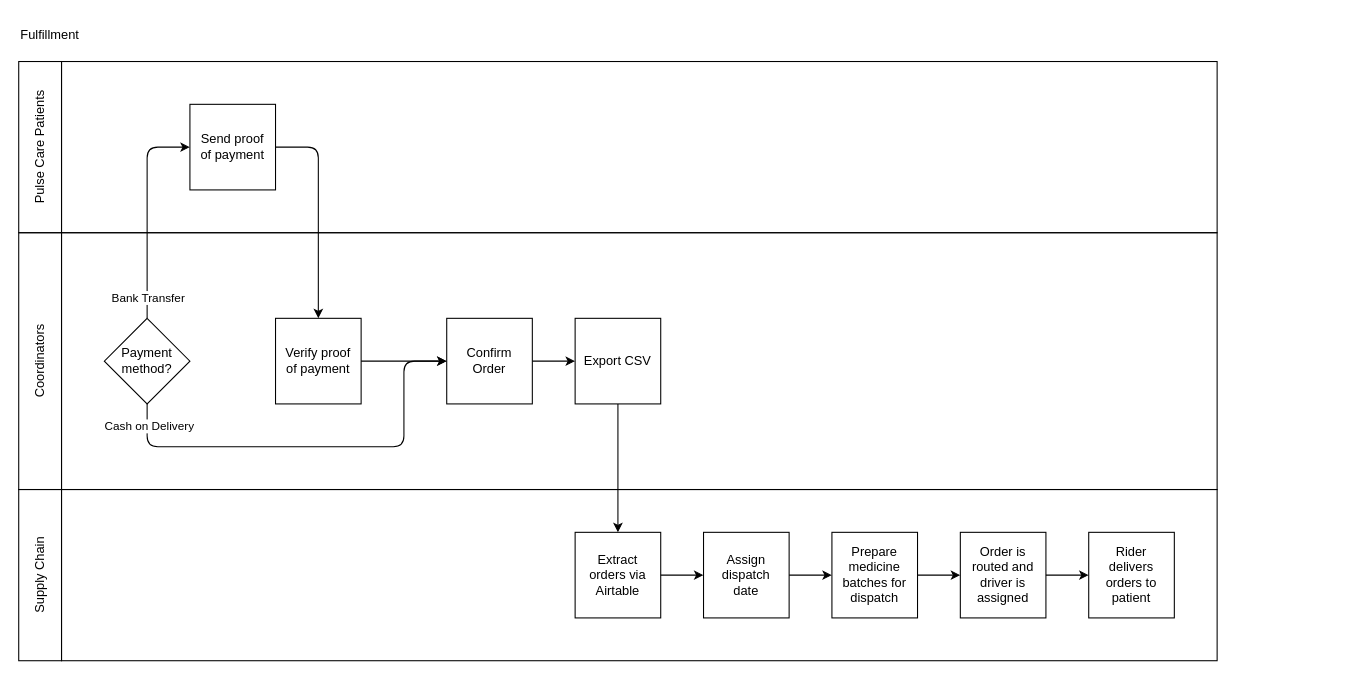
MedGrocer/diagrams keeps this draw.io diagram as page "Data Flow Diagram" (2 of 2) of Patient Programs/NS Pulse Care/Fulfillment.dio. Above is the earlier version. Source tidied: cells renumbered, new cells numbered last; positions are measured from the earlier drawing's top-left corner, leaving out a move shared by most shapes. Both pictures are drawn from the tidied source at 107%, with x=0, y=0 at pixel (-89, 18).
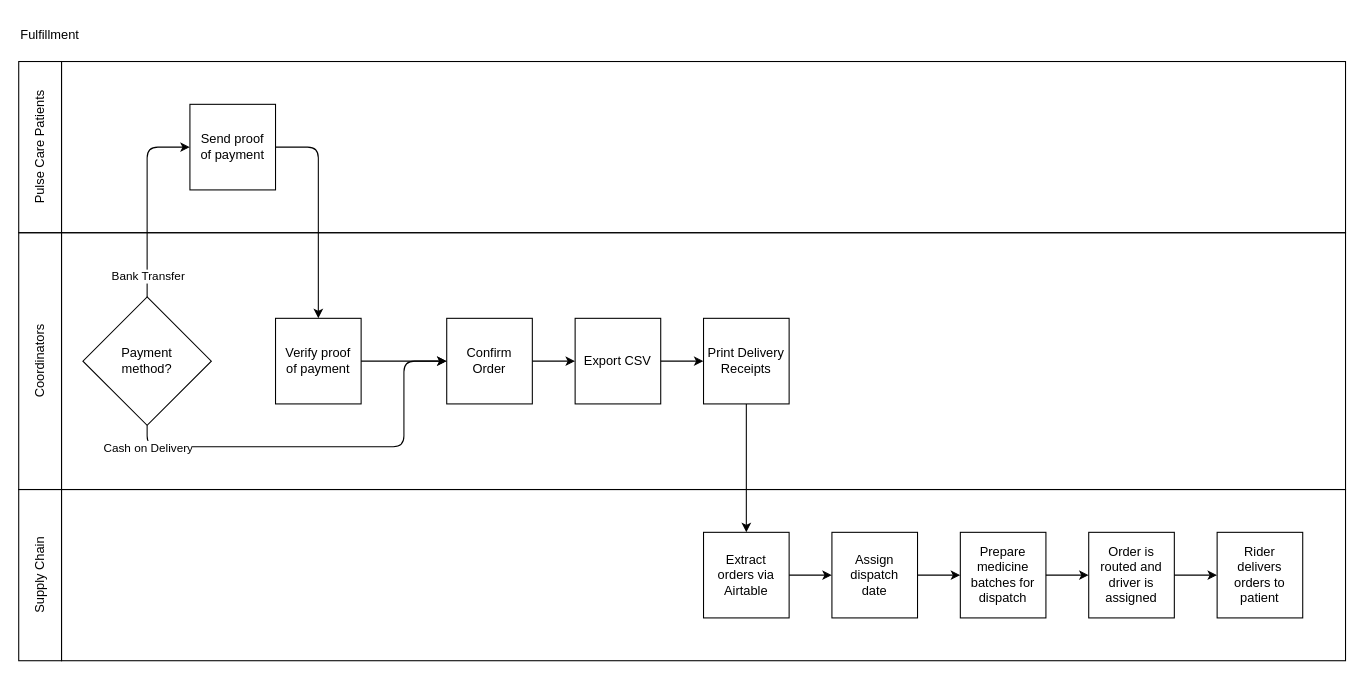
After the change.

Unchanged cells that the change refers to:
```xml
<mxCell id="11" value="Send proof&lt;br&gt;of payment" style="rounded=0;whiteSpace=wrap;html=1;fillColor=none;" parent="1" vertex="1">
  <mxGeometry x="260" y="80" width="80" height="80" as="geometry" />
</mxCell>
<mxCell id="14" style="edgeStyle=none;html=1;exitX=0.5;exitY=1;exitDx=0;exitDy=0;entryX=0;entryY=0.5;entryDx=0;entryDy=0;" parent="1" edge="1" source="27" target="13">
  <mxGeometry relative="1" as="geometry">
    <Array as="points">
      <mxPoint x="220" y="400" />
      <mxPoint x="460" y="400" />
      <mxPoint x="460" y="320" />
    </Array>
  </mxGeometry>
</mxCell>
<mxCell id="29" value="Export CSV" style="rounded=0;whiteSpace=wrap;html=1;fillColor=none;" parent="1" vertex="1">
  <mxGeometry x="620" y="280" width="80" height="80" as="geometry" />
</mxCell>
```

What changed in the source:
```diff
@@
     <mxCell id="2" style="rounded=0;whiteSpace=wrap;html=1;fillColor=none;" parent="1" vertex="1">
-      <mxGeometry x="140" y="440" width="1080" height="160" as="geometry" />
+      <mxGeometry x="140" y="440" width="1200" height="160" as="geometry" />
     </mxCell>
     <mxCell id="3" style="rounded=0;whiteSpace=wrap;html=1;fillColor=none;" parent="1" vertex="1">
-      <mxGeometry x="140" y="40" width="1080" height="160" as="geometry" />
+      <mxGeometry x="140" y="40" width="1200" height="160" as="geometry" />
     </mxCell>
@@
     <mxCell id="6" style="rounded=0;whiteSpace=wrap;html=1;fillColor=none;" parent="1" vertex="1">
-      <mxGeometry x="140" y="200" width="1080" height="240" as="geometry" />
+      <mxGeometry x="140" y="200" width="1200" height="240" as="geometry" />
     </mxCell>
@@
-    <mxCell id="8" style="edgeStyle=none;html=1;entryX=0;entryY=0.5;entryDx=0;entryDy=0;" parent="1" edge="1" source="27" target="11">
+    <mxCell id="8" style="edgeStyle=none;html=1;entryX=0;entryY=0.5;entryDx=0;entryDy=0;exitX=0.5;exitY=0;exitDx=0;exitDy=0;" parent="1" edge="1" source="27" target="11">
       <mxGeometry relative="1" as="geometry">
         <Array as="points">
           <mxPoint x="220" y="120" />
         </Array>
       </mxGeometry>
     </mxCell>
     <mxCell id="9" value="Bank Transfer" style="edgeLabel;html=1;align=center;verticalAlign=middle;" parent="8" vertex="1">
       <mxGeometry x="0.29" relative="1" as="geometry">
-        <mxPoint y="109" as="offset" />
+        <mxPoint y="96" as="offset" />
       </mxGeometry>
     </mxCell>
@@
     <mxCell id="15" value="Cash on Delivery" style="edgeLabel;html=1;align=center;verticalAlign=middle;" parent="14" vertex="1">
       <mxGeometry x="-0.62" y="1" relative="1" as="geometry">
-        <mxPoint x="-35" y="-19" as="offset" />
+        <mxPoint x="-52" y="1" as="offset" />
       </mxGeometry>
     </mxCell>
@@
     <mxCell id="18" value="Extract&lt;br&gt;orders via Airtable" style="rounded=0;whiteSpace=wrap;html=1;fillColor=none;" parent="1" vertex="1">
-      <mxGeometry x="620" y="480" width="80" height="80" as="geometry" />
+      <mxGeometry x="740" y="480" width="80" height="80" as="geometry" />
     </mxCell>
-    <mxCell id="19" style="edgeStyle=none;html=1;entryX=0.5;entryY=0;entryDx=0;entryDy=0;" parent="1" edge="1" source="29" target="18">
+    <mxCell id="19" style="edgeStyle=none;html=1;entryX=0.5;entryY=0;entryDx=0;entryDy=0;exitX=0.5;exitY=1;exitDx=0;exitDy=0;" parent="1" edge="1" source="32" target="18">
       <mxGeometry relative="1" as="geometry" />
     </mxCell>
@@
     <mxCell id="21" value="Assign dispatch&lt;br&gt;date" style="rounded=0;whiteSpace=wrap;html=1;fillColor=none;" parent="1" vertex="1">
-      <mxGeometry x="740" y="480" width="80" height="80" as="geometry" />
+      <mxGeometry x="860" y="480" width="80" height="80" as="geometry" />
     </mxCell>
@@
     <mxCell id="23" value="Prepare medicine batches for dispatch" style="rounded=0;whiteSpace=wrap;html=1;fillColor=none;" parent="1" vertex="1">
-      <mxGeometry x="860" y="480" width="80" height="80" as="geometry" />
+      <mxGeometry x="980" y="480" width="80" height="80" as="geometry" />
     </mxCell>
@@
     <mxCell id="25" value="Order is routed and driver is assigned" style="rounded=0;whiteSpace=wrap;html=1;fillColor=none;" parent="1" vertex="1">
-      <mxGeometry x="980" y="480" width="80" height="80" as="geometry" />
+      <mxGeometry x="1100" y="480" width="80" height="80" as="geometry" />
     </mxCell>
     <mxCell id="26" value="Rider&lt;br&gt;delivers orders to patient" style="rounded=0;whiteSpace=wrap;html=1;fillColor=none;" parent="1" vertex="1">
-      <mxGeometry x="1100" y="480" width="80" height="80" as="geometry" />
+      <mxGeometry x="1220" y="480" width="80" height="80" as="geometry" />
     </mxCell>
-    <mxCell id="27" value="Payment method?" style="rhombus;whiteSpace=wrap;html=1;" parent="1" vertex="1">
-      <mxGeometry x="180" y="280" width="80" height="80" as="geometry" />
-    </mxCell>
@@
+    <mxCell id="31" style="edgeStyle=none;html=1;" parent="1" edge="1" source="29" target="32">
+      <mxGeometry relative="1" as="geometry" />
+    </mxCell>
@@
+    <mxCell id="27" value="Payment&lt;br&gt;method?" style="rhombus;whiteSpace=wrap;html=1;" parent="1" vertex="1">
+      <mxGeometry x="160" y="260" width="120" height="120" as="geometry" />
+    </mxCell>
+    <mxCell id="32" value="Print Delivery Receipts" style="rounded=0;whiteSpace=wrap;html=1;fillColor=none;" parent="1" vertex="1">
+      <mxGeometry x="740" y="280" width="80" height="80" as="geometry" />
+    </mxCell>
```
